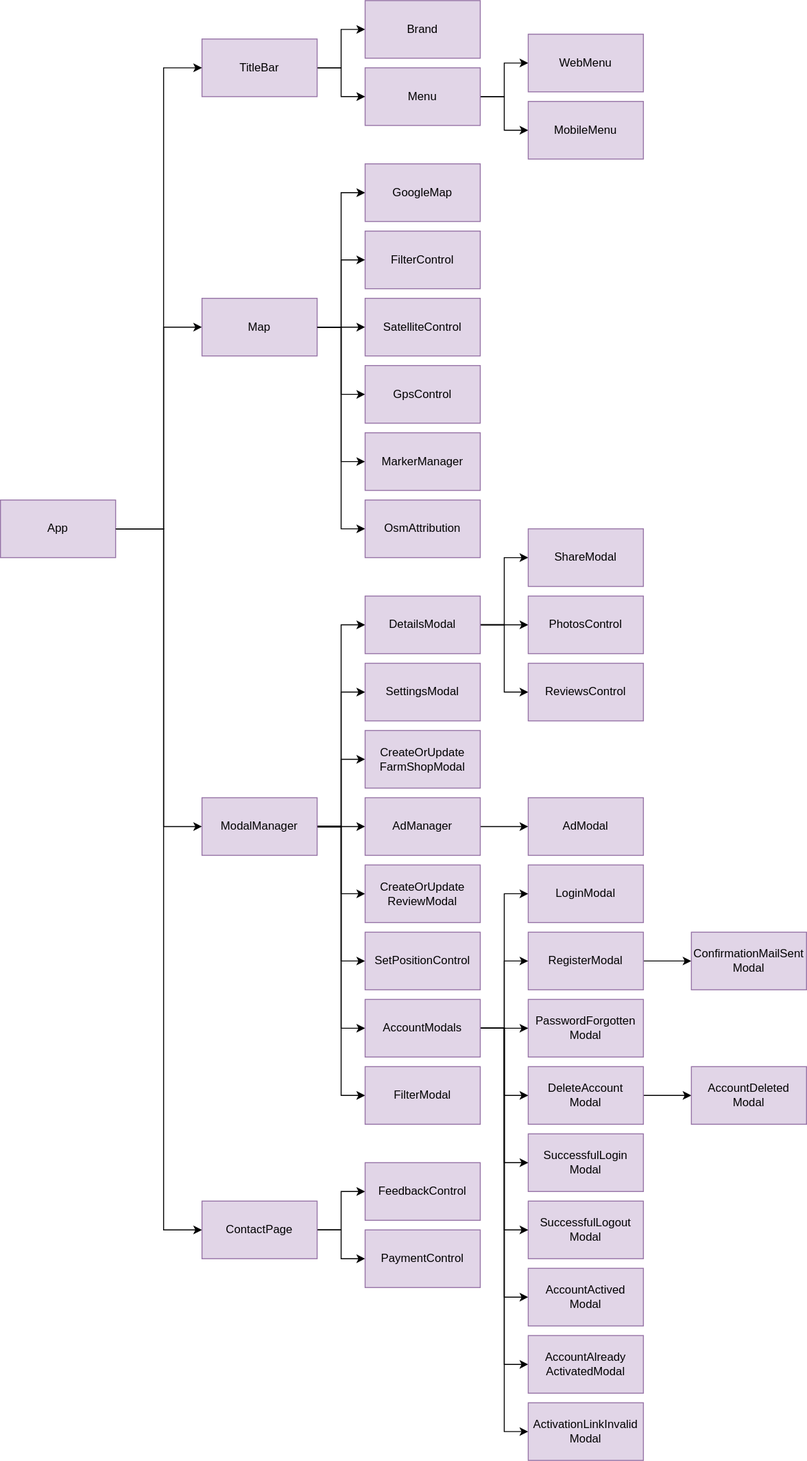
gartenkralle/geolocation-services-doc keeps this draw.io diagram as _images/architecture-front-end.drawio.svg. Above is the earlier version. Source tidied: cells renumbered, new cells last; positions are measured from the earlier drawing's top-left corner, leaving out a move shared by most shapes.
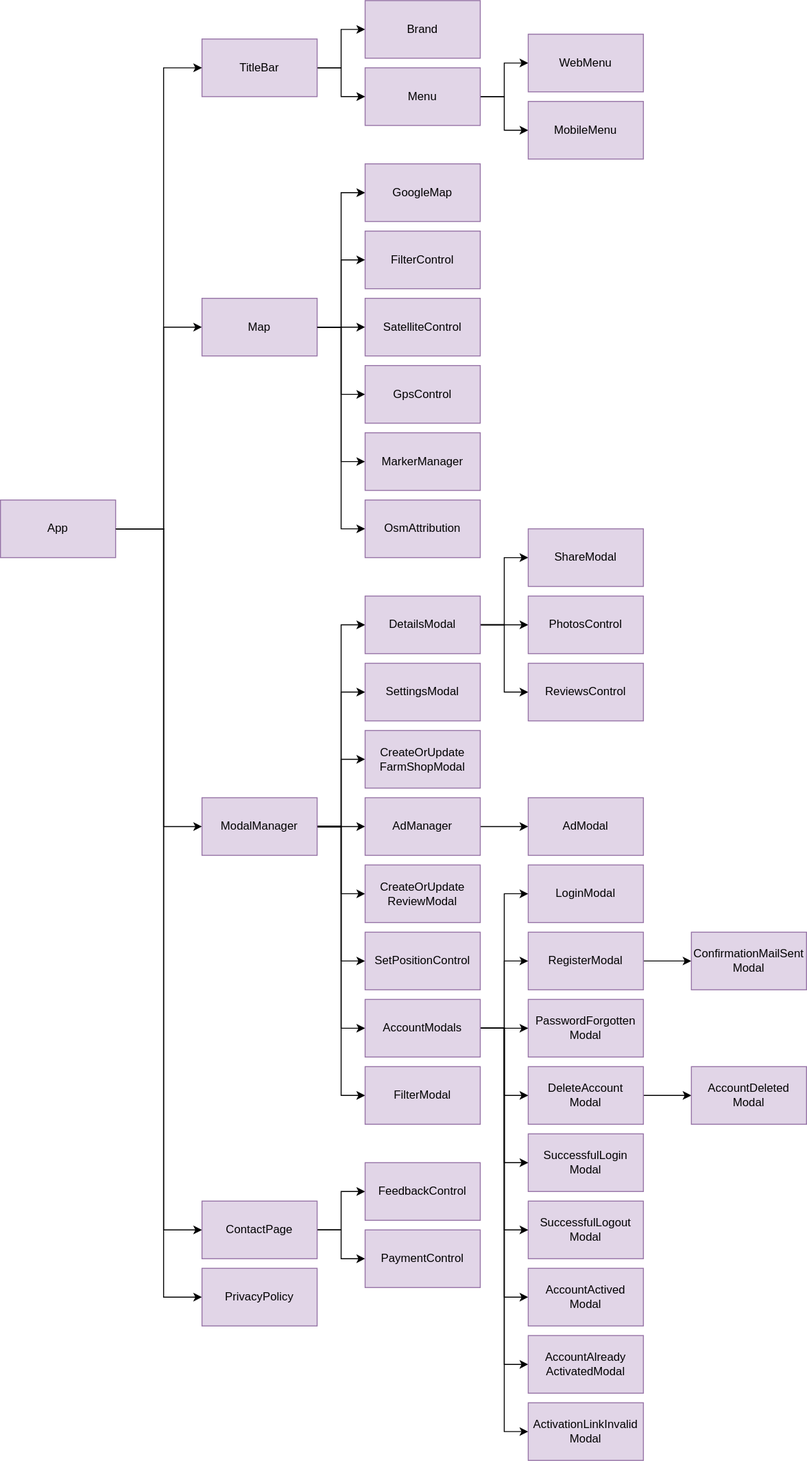
The same diagram one commit later.

Commit message:
update front end diagram

Change to the diagram source:
```diff
@@ -26,6 +26,14 @@
         </Array>
       </mxGeometry>
     </mxCell>
+    <mxCell id="81" style="edgeStyle=orthogonalEdgeStyle;rounded=0;jettySize=auto;html=1;entryX=0;entryY=0.5;entryDx=0;entryDy=0;" parent="1" edge="1" source="5" target="82">
+      <mxGeometry relative="1" as="geometry">
+        <Array as="points">
+          <mxPoint x="170" y="550" />
+          <mxPoint x="170" y="1350" />
+        </Array>
+      </mxGeometry>
+    </mxCell>
     <mxCell id="5" value="App" style="rounded=0;whiteSpace=wrap;html=1;fillColor=#e1d5e7;strokeColor=#9673a6;" parent="1" vertex="1">
       <mxGeometry y="520" width="120" height="60" as="geometry" />
     </mxCell>
@@ -260,5 +268,8 @@
     <mxCell id="80" value="OsmAttribution" style="rounded=0;whiteSpace=wrap;html=1;fillColor=#e1d5e7;strokeColor=#9673a6;" parent="1" vertex="1">
       <mxGeometry x="380" y="520" width="120" height="60" as="geometry" />
     </mxCell>
+    <mxCell id="82" value="PrivacyPolicy" style="rounded=0;whiteSpace=wrap;html=1;fillColor=#e1d5e7;strokeColor=#9673a6;" parent="1" vertex="1">
+      <mxGeometry x="210" y="1320" width="120" height="60" as="geometry" />
+    </mxCell>
   </root>
 </mxGraphModel>
```
